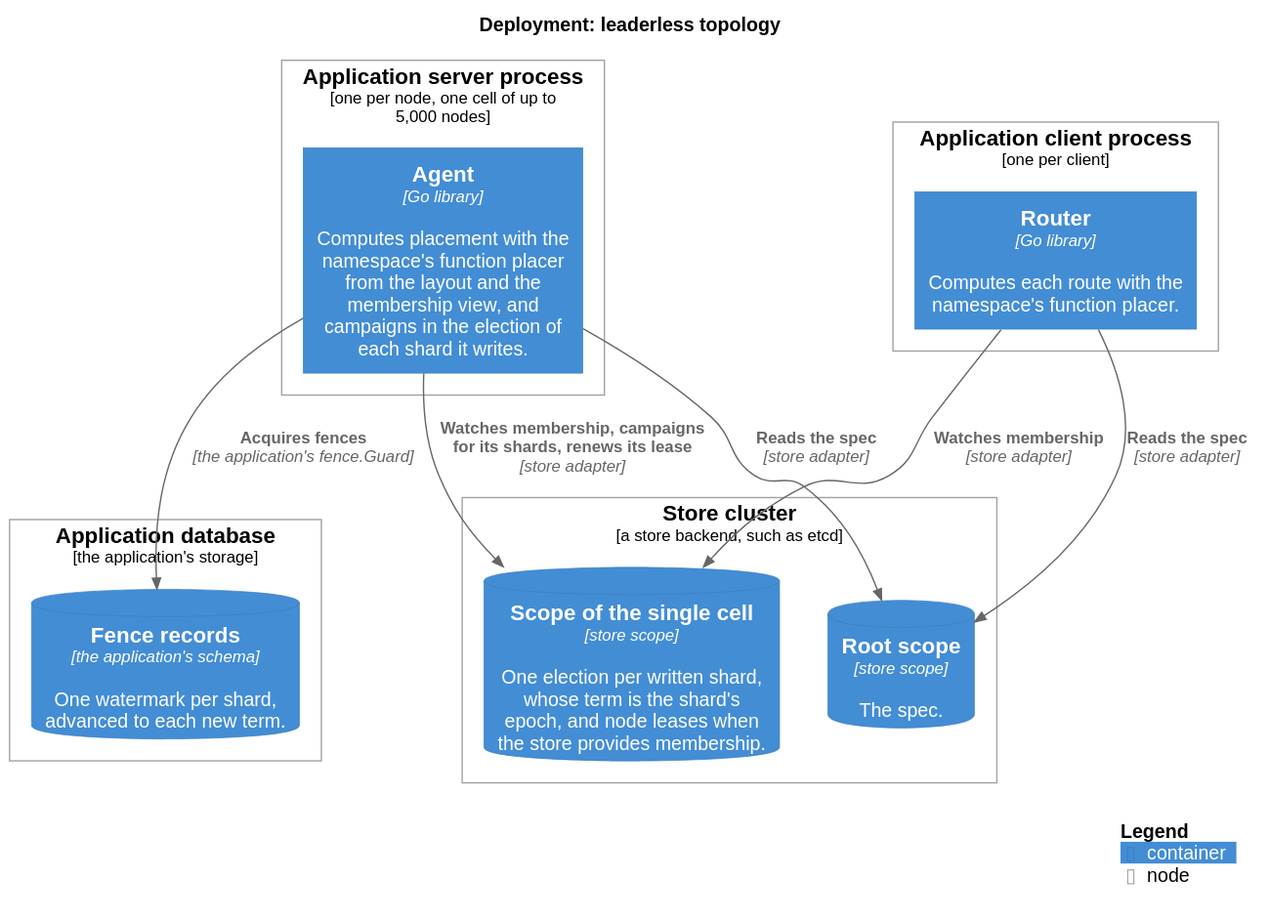
This is docs/c4/deployment/leaderless.svg from thesm-os/sharder, a PlantUML export, as it was before one commit. Source of this version:
```plantuml
@startuml
!include ../c4.iuml
!include <C4/C4_Deployment>

title Deployment: leaderless topology

Deployment_Node(servers, "Application server process", "one per node, one cell of up to 5,000 nodes") {
    Container(agent, "Agent", "Go library", "Computes placement with the namespace's function placer from the layout and the membership view, and campaigns in the election of each shard it writes.")
}

Deployment_Node(clients, "Application client process", "one per client") {
    Container(router, "Router", "Go library", "Computes each route with the namespace's function placer.")
}

Deployment_Node(storecluster, "Store cluster", "a store backend, such as etcd") {
    ContainerDb(root, "Root scope", "store scope", "The spec.")
    ContainerDb(cell, "Scope of the single cell", "store scope", "One election per written shard, whose term is the shard's epoch, and node leases when the store provides membership.")
}

Deployment_Node(database, "Application database", "the application's storage") {
    ContainerDb(fences, "Fence records", "the application's schema", "One watermark per shard, advanced to each new term.")
}

Rel(agent, root, "Reads the spec", "store adapter")
Rel(agent, cell, "Watches membership, campaigns for its shards, renews its lease", "store adapter")
Rel(router, root, "Reads the spec", "store adapter")
Rel(router, cell, "Watches membership", "store adapter")
Rel(agent, fences, "Acquires fences", "the application's fence.Guard")

SHOW_LEGEND()
@enduml
```
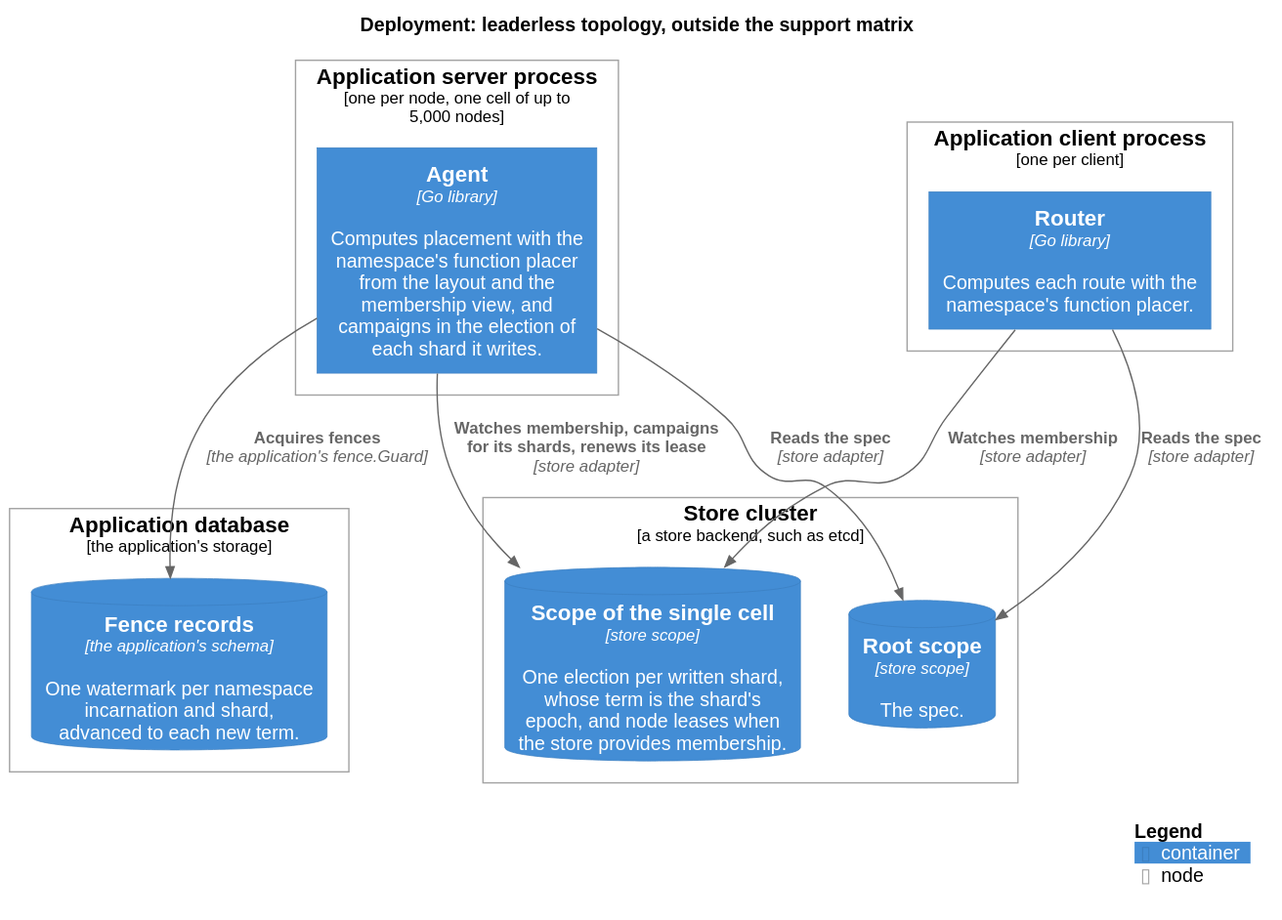
Later version of the same file.

The edit, as a diff of the source:
```diff
@@ -2,7 +2,7 @@
 !include ../c4.iuml
 !include <C4/C4_Deployment>
 
-title Deployment: leaderless topology
+title Deployment: leaderless topology, outside the support matrix
 
 Deployment_Node(servers, "Application server process", "one per node, one cell of up to 5,000 nodes") {
     Container(agent, "Agent", "Go library", "Computes placement with the namespace's function placer from the layout and the membership view, and campaigns in the election of each shard it writes.")
@@ -18,7 +18,7 @@
 }
 
 Deployment_Node(database, "Application database", "the application's storage") {
-    ContainerDb(fences, "Fence records", "the application's schema", "One watermark per shard, advanced to each new term.")
+    ContainerDb(fences, "Fence records", "the application's schema", "One watermark per namespace incarnation and shard, advanced to each new term.")
 }
 
 Rel(agent, root, "Reads the spec", "store adapter")
```
